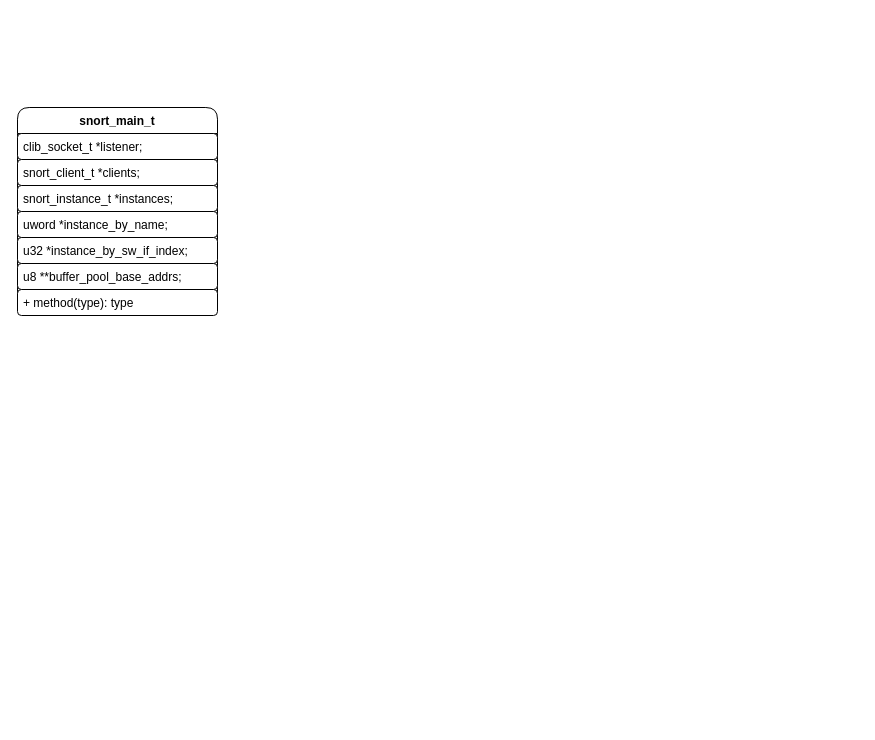
The draw.io diagram new_map/snort.drawio in jin13417/dpdk-vpp-learning, before the edit. Source tidied: cells renumbered, new cells numbered last; positions are measured from the earlier drawing's top-left corner, leaving out a move shared by most shapes. Both pictures are drawn from the tidied source at 100%, with x=0, y=0 at pixel (17, 107).
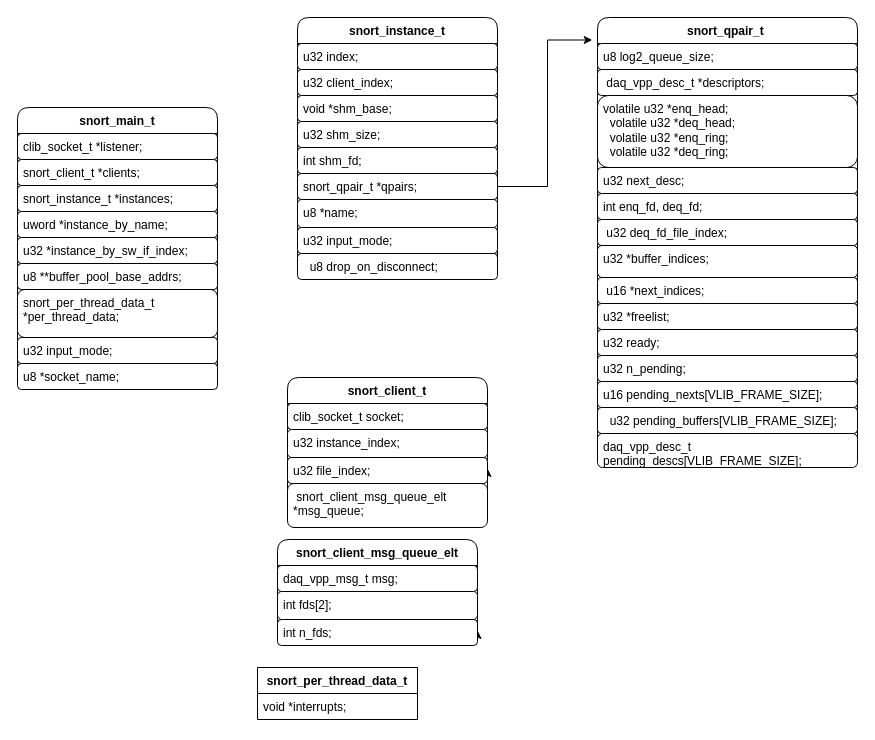
The same diagram, later.

Change to the diagram source:
```diff
@@
     <mxCell id="2" value="snort_main_t" style="swimlane;fontStyle=1;align=center;verticalAlign=top;horizontal=1;startSize=26;whiteSpace=wrap;html=1;rounded=1;" parent="1" vertex="1">
-      <mxGeometry width="200" height="208" as="geometry" />
+      <mxGeometry width="200" height="282" as="geometry" />
     </mxCell>
@@
-    <mxCell id="10" value="+ method(type): type" style="text;strokeColor=default;fillColor=default;align=left;verticalAlign=top;spacingLeft=4;spacingRight=4;overflow=hidden;whiteSpace=wrap;html=1;rounded=1;" parent="2" vertex="1">
-      <mxGeometry y="182" width="200" height="26" as="geometry" />
+    <mxCell id="10" value="snort_per_thread_data_t *per_thread_data;" style="text;strokeColor=default;fillColor=default;align=left;verticalAlign=top;spacingLeft=4;spacingRight=4;overflow=hidden;whiteSpace=wrap;html=1;rounded=1;" parent="2" vertex="1">
+      <mxGeometry y="182" width="200" height="48" as="geometry" />
     </mxCell>
+    <mxCell id="11" value="u32 input_mode;" style="text;strokeColor=default;fillColor=default;align=left;verticalAlign=top;spacingLeft=4;spacingRight=4;overflow=hidden;whiteSpace=wrap;html=1;rounded=1;" parent="2" vertex="1">
+      <mxGeometry y="230" width="200" height="26" as="geometry" />
+    </mxCell>
+    <mxCell id="12" value="u8 *socket_name;" style="text;strokeColor=default;fillColor=default;align=left;verticalAlign=top;spacingLeft=4;spacingRight=4;overflow=hidden;whiteSpace=wrap;html=1;rounded=1;" parent="2" vertex="1">
+      <mxGeometry y="256" width="200" height="26" as="geometry" />
+    </mxCell>
+    <mxCell id="13" value="snort_per_thread_data_t" style="swimlane;fontStyle=1;align=center;verticalAlign=top;horizontal=1;startSize=26;whiteSpace=wrap;html=1;" parent="1" vertex="1">
+      <mxGeometry x="240" y="560" width="160" height="52" as="geometry" />
+    </mxCell>
+    <mxCell id="14" value="void *interrupts;" style="text;strokeColor=none;fillColor=none;align=left;verticalAlign=top;spacingLeft=4;spacingRight=4;overflow=hidden;whiteSpace=wrap;html=1;" parent="13" vertex="1">
+      <mxGeometry y="26" width="160" height="26" as="geometry" />
+    </mxCell>
+    <mxCell id="15" value="snort_qpair_t&amp;nbsp;" style="swimlane;fontStyle=1;align=center;verticalAlign=top;horizontal=1;startSize=26;whiteSpace=wrap;html=1;rounded=1;" parent="1" vertex="1">
+      <mxGeometry x="580" y="-90" width="260" height="450" as="geometry" />
+    </mxCell>
+    <mxCell id="16" value="u8 log2_queue_size;" style="text;strokeColor=default;fillColor=default;align=left;verticalAlign=top;spacingLeft=4;spacingRight=4;overflow=hidden;whiteSpace=wrap;html=1;rounded=1;" parent="15" vertex="1">
+      <mxGeometry y="26" width="260" height="26" as="geometry" />
+    </mxCell>
+    <mxCell id="17" value="&amp;nbsp;daq_vpp_desc_t *descriptors;" style="text;strokeColor=default;fillColor=default;align=left;verticalAlign=top;spacingLeft=4;spacingRight=4;overflow=hidden;whiteSpace=wrap;html=1;rounded=1;" parent="15" vertex="1">
+      <mxGeometry y="52" width="260" height="26" as="geometry" />
+    </mxCell>
+    <mxCell id="18" value="&lt;div&gt;volatile u32 *enq_head;&lt;/div&gt;&lt;div&gt;&amp;nbsp; volatile u32 *deq_head;&lt;/div&gt;&lt;div&gt;&amp;nbsp; volatile u32 *enq_ring;&lt;/div&gt;&lt;div&gt;&amp;nbsp; volatile u32 *deq_ring;&lt;/div&gt;" style="text;strokeColor=default;fillColor=default;align=left;verticalAlign=top;spacingLeft=4;spacingRight=4;overflow=hidden;whiteSpace=wrap;html=1;rounded=1;" parent="15" vertex="1">
+      <mxGeometry y="78" width="260" height="72" as="geometry" />
+    </mxCell>
+    <mxCell id="19" value="u32 next_desc;" style="text;strokeColor=default;fillColor=default;align=left;verticalAlign=top;spacingLeft=4;spacingRight=4;overflow=hidden;whiteSpace=wrap;html=1;rounded=1;" parent="15" vertex="1">
+      <mxGeometry y="150" width="260" height="26" as="geometry" />
+    </mxCell>
+    <mxCell id="20" value="int enq_fd, deq_fd;" style="text;strokeColor=default;fillColor=default;align=left;verticalAlign=top;spacingLeft=4;spacingRight=4;overflow=hidden;whiteSpace=wrap;html=1;rounded=1;" parent="15" vertex="1">
+      <mxGeometry y="176" width="260" height="26" as="geometry" />
+    </mxCell>
+    <mxCell id="21" value="&amp;nbsp;u32 deq_fd_file_index;" style="text;strokeColor=default;fillColor=default;align=left;verticalAlign=top;spacingLeft=4;spacingRight=4;overflow=hidden;whiteSpace=wrap;html=1;rounded=1;" parent="15" vertex="1">
+      <mxGeometry y="202" width="260" height="26" as="geometry" />
+    </mxCell>
+    <mxCell id="22" value="u32 *buffer_indices;" style="text;strokeColor=default;fillColor=default;align=left;verticalAlign=top;spacingLeft=4;spacingRight=4;overflow=hidden;whiteSpace=wrap;html=1;rounded=1;" parent="15" vertex="1">
+      <mxGeometry y="228" width="260" height="32" as="geometry" />
+    </mxCell>
+    <mxCell id="23" value="&amp;nbsp;u16 *next_indices;" style="text;strokeColor=default;fillColor=default;align=left;verticalAlign=top;spacingLeft=4;spacingRight=4;overflow=hidden;whiteSpace=wrap;html=1;rounded=1;" parent="15" vertex="1">
+      <mxGeometry y="260" width="260" height="26" as="geometry" />
+    </mxCell>
+    <mxCell id="24" value="u32 *freelist;" style="text;strokeColor=default;fillColor=default;align=left;verticalAlign=top;spacingLeft=4;spacingRight=4;overflow=hidden;whiteSpace=wrap;html=1;rounded=1;" parent="15" vertex="1">
+      <mxGeometry y="286" width="260" height="26" as="geometry" />
+    </mxCell>
+    <mxCell id="25" value="u32 ready;" style="text;strokeColor=default;fillColor=default;align=left;verticalAlign=top;spacingLeft=4;spacingRight=4;overflow=hidden;whiteSpace=wrap;html=1;rounded=1;" parent="15" vertex="1">
+      <mxGeometry y="312" width="260" height="26" as="geometry" />
+    </mxCell>
+    <mxCell id="26" value="u32 n_pending;" style="text;strokeColor=default;fillColor=default;align=left;verticalAlign=top;spacingLeft=4;spacingRight=4;overflow=hidden;whiteSpace=wrap;html=1;rounded=1;" parent="15" vertex="1">
+      <mxGeometry y="338" width="260" height="26" as="geometry" />
+    </mxCell>
+    <mxCell id="27" value="u16 pending_nexts[VLIB_FRAME_SIZE];" style="text;strokeColor=default;fillColor=default;align=left;verticalAlign=top;spacingLeft=4;spacingRight=4;overflow=hidden;whiteSpace=wrap;html=1;rounded=1;" parent="15" vertex="1">
+      <mxGeometry y="364" width="260" height="26" as="geometry" />
+    </mxCell>
+    <mxCell id="28" value="&amp;nbsp; u32 pending_buffers[VLIB_FRAME_SIZE];" style="text;strokeColor=default;fillColor=default;align=left;verticalAlign=top;spacingLeft=4;spacingRight=4;overflow=hidden;whiteSpace=wrap;html=1;rounded=1;" parent="15" vertex="1">
+      <mxGeometry y="390" width="260" height="26" as="geometry" />
+    </mxCell>
+    <mxCell id="29" value="daq_vpp_desc_t pending_descs[VLIB_FRAME_SIZE];" style="text;strokeColor=default;fillColor=default;align=left;verticalAlign=top;spacingLeft=4;spacingRight=4;overflow=hidden;whiteSpace=wrap;html=1;rounded=1;" parent="15" vertex="1">
+      <mxGeometry y="416" width="260" height="34" as="geometry" />
+    </mxCell>
+    <mxCell id="30" value="snort_instance_t" style="swimlane;fontStyle=1;align=center;verticalAlign=top;horizontal=1;startSize=26;whiteSpace=wrap;html=1;rounded=1;" parent="1" vertex="1">
+      <mxGeometry x="280" y="-90" width="200" height="262" as="geometry" />
+    </mxCell>
+    <mxCell id="31" value="u32 index;" style="text;strokeColor=default;fillColor=default;align=left;verticalAlign=top;spacingLeft=4;spacingRight=4;overflow=hidden;whiteSpace=wrap;html=1;rounded=1;" parent="30" vertex="1">
+      <mxGeometry y="26" width="200" height="26" as="geometry" />
+    </mxCell>
+    <mxCell id="32" value="u32 client_index;" style="text;strokeColor=default;fillColor=default;align=left;verticalAlign=top;spacingLeft=4;spacingRight=4;overflow=hidden;whiteSpace=wrap;html=1;rounded=1;" parent="30" vertex="1">
+      <mxGeometry y="52" width="200" height="26" as="geometry" />
+    </mxCell>
+    <mxCell id="33" style="edgeStyle=orthogonalEdgeStyle;rounded=0;jettySize=auto;html=1;exitX=1;exitY=0.5;exitDx=0;exitDy=0;" parent="30" edge="1" source="34">
+      <mxGeometry relative="1" as="geometry">
+        <mxPoint x="200" y="91" as="targetPoint" />
+      </mxGeometry>
+    </mxCell>
+    <mxCell id="34" value="void *shm_base;" style="text;strokeColor=default;fillColor=default;align=left;verticalAlign=top;spacingLeft=4;spacingRight=4;overflow=hidden;points=[[0,0.5],[1,0.5]];portConstraint=eastwest;whiteSpace=wrap;html=1;rounded=1;" parent="30" vertex="1">
+      <mxGeometry y="78" width="200" height="26" as="geometry" />
+    </mxCell>
+    <mxCell id="35" value="u32 shm_size;" style="text;strokeColor=default;fillColor=default;align=left;verticalAlign=top;spacingLeft=4;spacingRight=4;overflow=hidden;whiteSpace=wrap;html=1;rounded=1;" parent="30" vertex="1">
+      <mxGeometry y="104" width="200" height="26" as="geometry" />
+    </mxCell>
+    <mxCell id="36" value="int shm_fd;" style="text;strokeColor=default;fillColor=default;align=left;verticalAlign=top;spacingLeft=4;spacingRight=4;overflow=hidden;whiteSpace=wrap;html=1;rounded=1;" parent="30" vertex="1">
+      <mxGeometry y="130" width="200" height="26" as="geometry" />
+    </mxCell>
+    <mxCell id="37" value="snort_qpair_t *qpairs;" style="text;strokeColor=default;fillColor=default;align=left;verticalAlign=top;spacingLeft=4;spacingRight=4;overflow=hidden;points=[[0,0.5],[1,0.5]];portConstraint=eastwest;whiteSpace=wrap;html=1;rounded=1;" parent="30" vertex="1">
+      <mxGeometry y="156" width="200" height="26" as="geometry" />
+    </mxCell>
+    <mxCell id="38" value="u8 *name;" style="text;strokeColor=default;fillColor=default;align=left;verticalAlign=top;spacingLeft=4;spacingRight=4;overflow=hidden;whiteSpace=wrap;html=1;rounded=1;" parent="30" vertex="1">
+      <mxGeometry y="182" width="200" height="28" as="geometry" />
+    </mxCell>
+    <mxCell id="39" value="u32 input_mode;" style="text;strokeColor=default;fillColor=default;align=left;verticalAlign=top;spacingLeft=4;spacingRight=4;overflow=hidden;whiteSpace=wrap;html=1;rounded=1;" parent="30" vertex="1">
+      <mxGeometry y="210" width="200" height="26" as="geometry" />
+    </mxCell>
+    <mxCell id="40" value="&amp;nbsp; u8 drop_on_disconnect;" style="text;strokeColor=default;fillColor=default;align=left;verticalAlign=top;spacingLeft=4;spacingRight=4;overflow=hidden;whiteSpace=wrap;html=1;rounded=1;" parent="30" vertex="1">
+      <mxGeometry y="236" width="200" height="26" as="geometry" />
+    </mxCell>
+    <mxCell id="41" value="snort_client_msg_queue_elt" style="swimlane;fontStyle=1;align=center;verticalAlign=top;horizontal=1;startSize=26;whiteSpace=wrap;html=1;rounded=1;" parent="1" vertex="1">
+      <mxGeometry x="260" y="432" width="200" height="106" as="geometry" />
+    </mxCell>
+    <mxCell id="42" value="daq_vpp_msg_t msg;" style="text;strokeColor=default;fillColor=default;align=left;verticalAlign=top;spacingLeft=4;spacingRight=4;overflow=hidden;whiteSpace=wrap;html=1;rounded=1;" parent="41" vertex="1">
+      <mxGeometry y="26" width="200" height="26" as="geometry" />
+    </mxCell>
+    <mxCell id="43" style="edgeStyle=orthogonalEdgeStyle;rounded=0;jettySize=auto;html=1;exitX=1;exitY=0.5;exitDx=0;exitDy=0;" parent="41" edge="1" source="45">
+      <mxGeometry relative="1" as="geometry">
+        <mxPoint x="200" y="91" as="targetPoint" />
+      </mxGeometry>
+    </mxCell>
+    <mxCell id="44" value="int fds[2];" style="text;strokeColor=default;fillColor=default;align=left;verticalAlign=top;spacingLeft=4;spacingRight=4;overflow=hidden;whiteSpace=wrap;html=1;rounded=1;" parent="41" vertex="1">
+      <mxGeometry y="52" width="200" height="28" as="geometry" />
+    </mxCell>
+    <mxCell id="45" value="int n_fds;" style="text;strokeColor=default;fillColor=default;align=left;verticalAlign=top;spacingLeft=4;spacingRight=4;overflow=hidden;points=[[0,0.5],[1,0.5]];portConstraint=eastwest;whiteSpace=wrap;html=1;rounded=1;" parent="41" vertex="1">
+      <mxGeometry y="80" width="200" height="26" as="geometry" />
+    </mxCell>
+    <mxCell id="46" value="snort_client_t" style="swimlane;fontStyle=1;align=center;verticalAlign=top;horizontal=1;startSize=26;whiteSpace=wrap;html=1;rounded=1;" parent="1" vertex="1">
+      <mxGeometry x="270" y="270" width="200" height="150" as="geometry" />
+    </mxCell>
+    <mxCell id="47" value="clib_socket_t socket;" style="text;strokeColor=default;fillColor=default;align=left;verticalAlign=top;spacingLeft=4;spacingRight=4;overflow=hidden;whiteSpace=wrap;html=1;rounded=1;" parent="46" vertex="1">
+      <mxGeometry y="26" width="200" height="26" as="geometry" />
+    </mxCell>
+    <mxCell id="48" style="edgeStyle=orthogonalEdgeStyle;rounded=0;jettySize=auto;html=1;exitX=1;exitY=0.5;exitDx=0;exitDy=0;" parent="46" edge="1" source="50">
+      <mxGeometry relative="1" as="geometry">
+        <mxPoint x="200" y="91" as="targetPoint" />
+      </mxGeometry>
+    </mxCell>
+    <mxCell id="49" value="u32 instance_index;" style="text;strokeColor=default;fillColor=default;align=left;verticalAlign=top;spacingLeft=4;spacingRight=4;overflow=hidden;whiteSpace=wrap;html=1;rounded=1;" parent="46" vertex="1">
+      <mxGeometry y="52" width="200" height="28" as="geometry" />
+    </mxCell>
+    <mxCell id="50" value="u32 file_index;" style="text;strokeColor=default;fillColor=default;align=left;verticalAlign=top;spacingLeft=4;spacingRight=4;overflow=hidden;points=[[0,0.5],[1,0.5]];portConstraint=eastwest;whiteSpace=wrap;html=1;rounded=1;" parent="46" vertex="1">
+      <mxGeometry y="80" width="200" height="26" as="geometry" />
+    </mxCell>
+    <mxCell id="51" value="&amp;nbsp;snort_client_msg_queue_elt *msg_queue;" style="text;strokeColor=default;fillColor=default;align=left;verticalAlign=top;spacingLeft=4;spacingRight=4;overflow=hidden;whiteSpace=wrap;html=1;rounded=1;" parent="46" vertex="1">
+      <mxGeometry y="106" width="200" height="44" as="geometry" />
+    </mxCell>
+    <mxCell id="52" style="edgeStyle=orthogonalEdgeStyle;rounded=0;jettySize=auto;html=1;exitX=1;exitY=0.5;exitDx=0;exitDy=0;entryX=-0.02;entryY=0.05;entryDx=0;entryDy=0;entryPerimeter=0;" parent="1" edge="1" source="37" target="15">
+      <mxGeometry relative="1" as="geometry" />
+    </mxCell>
```
